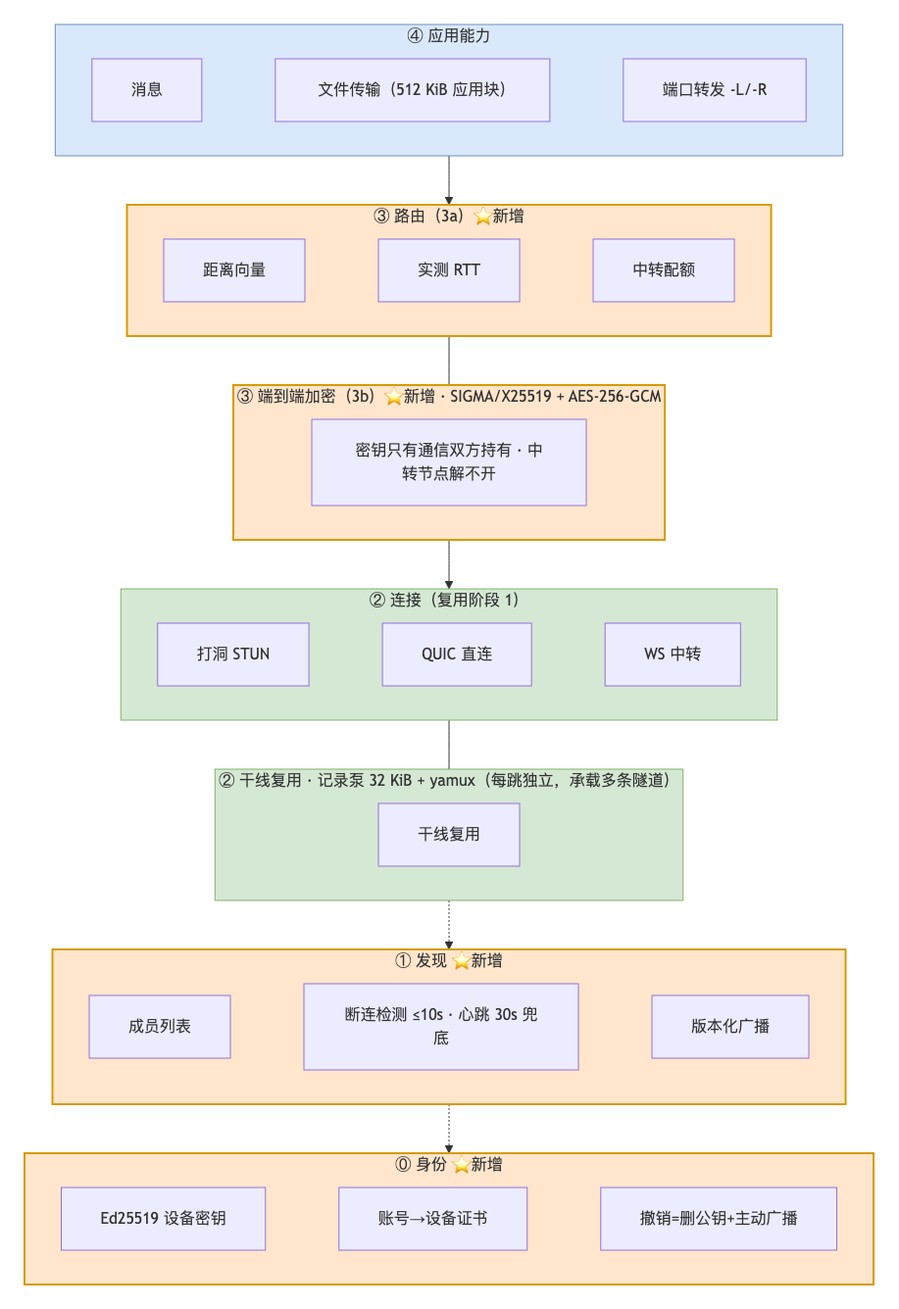
This is docs/diagrams/stack.png from muzimu217/container-mesh, a Mermaid export, as it was before one commit. Its source is kept beside it as docs/diagrams/stack.mmd.
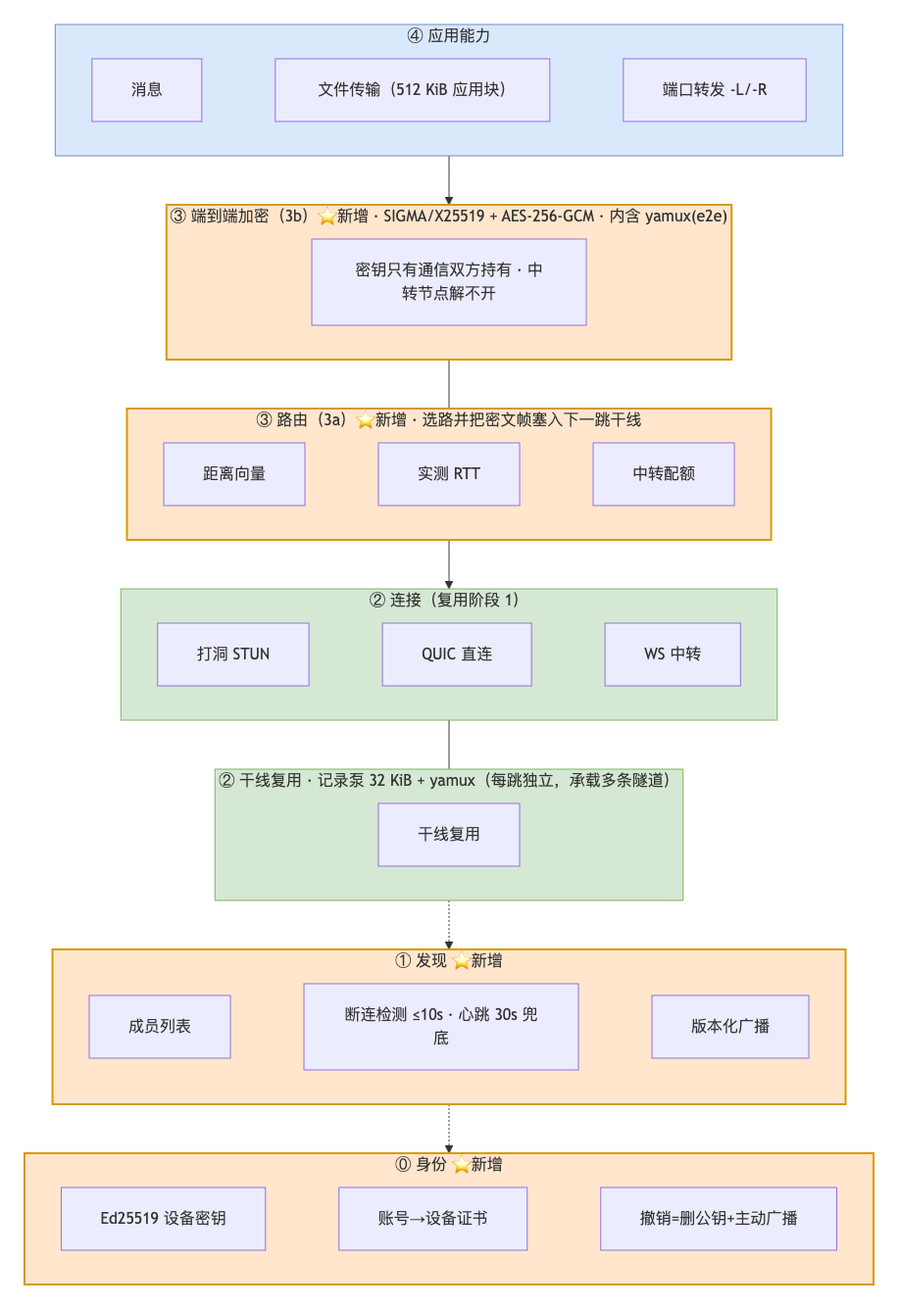
After the change.

Change to the diagram source:
```diff
@@ -3,11 +3,11 @@
         direction LR
         A1["消息"] ~~~ A2["文件传输（512 KiB 应用块）"] ~~~ A3["端口转发 -L/-R"]
     end
-    subgraph L3a["③ 路由（3a）⭐新增"]
+    subgraph L3aX["③ 路由（3a）⭐新增 · 选路并把密文帧塞入下一跳干线"]
         direction LR
         R1["距离向量"] ~~~ R2["实测 RTT"] ~~~ R3["中转配额"]
     end
-    subgraph L3b["③ 端到端加密（3b）⭐新增 · SIGMA/X25519 + AES-256-GCM"]
+    subgraph L3bX["③ 端到端加密（3b）⭐新增 · SIGMA/X25519 + AES-256-GCM · 内含 yamux(e2e)"]
         E1["密钥只有通信双方持有 · 中转节点解不开"]
     end
     subgraph L2["② 连接（复用阶段 1）"]
@@ -26,15 +26,15 @@
         I1["Ed25519 设备密钥"] ~~~ I2["账号→设备证书"] ~~~ I3["撤销=删公钥+主动广播"]
     end
 
-    L4 --> L3a
-    L3a --- L3b
-    L3b --> L2
+    L4 --> L3bX
+    L3bX --- L3aX
+    L3aX --> L2
     L2 --- L2m
     L2m -.-> L1
     L1 -.-> L0
 
-    style L3a fill:#ffe6cc,stroke:#d79b00,stroke-width:2px
-    style L3b fill:#ffe6cc,stroke:#d79b00,stroke-width:2px
+    style L3aX fill:#ffe6cc,stroke:#d79b00,stroke-width:2px
+    style L3bX fill:#ffe6cc,stroke:#d79b00,stroke-width:2px
     style L1 fill:#ffe6cc,stroke:#d79b00,stroke-width:2px
     style L0 fill:#ffe6cc,stroke:#d79b00,stroke-width:2px
     style L2 fill:#d5e8d4,stroke:#82b366
```
